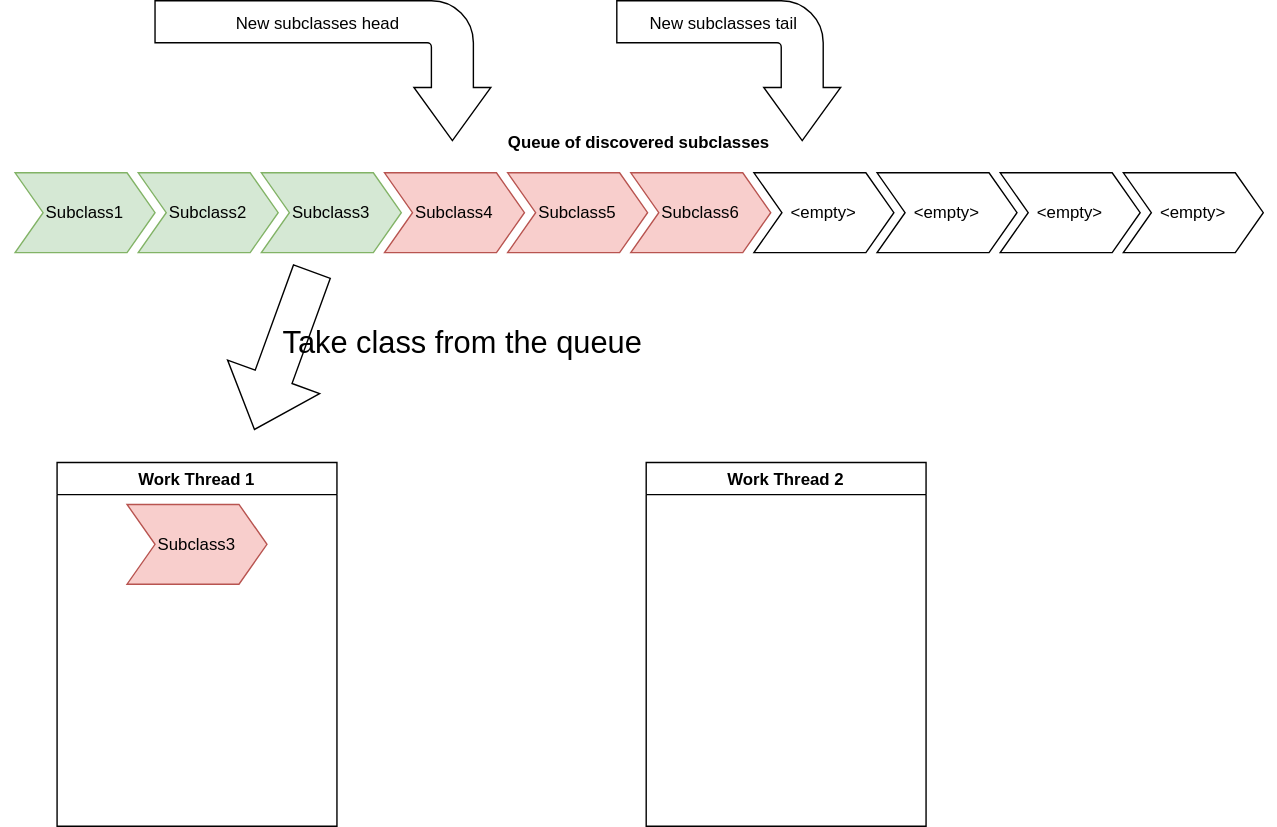
This is assets/anim/concCollectionStep2.drawio.svg from cdracm/cdracm.github.io, a draw.io export, as it was before one commit. Source tidied: cells renumbered, new cells last; positions are measured from the earlier drawing's top-left corner, leaving out a move shared by most shapes.
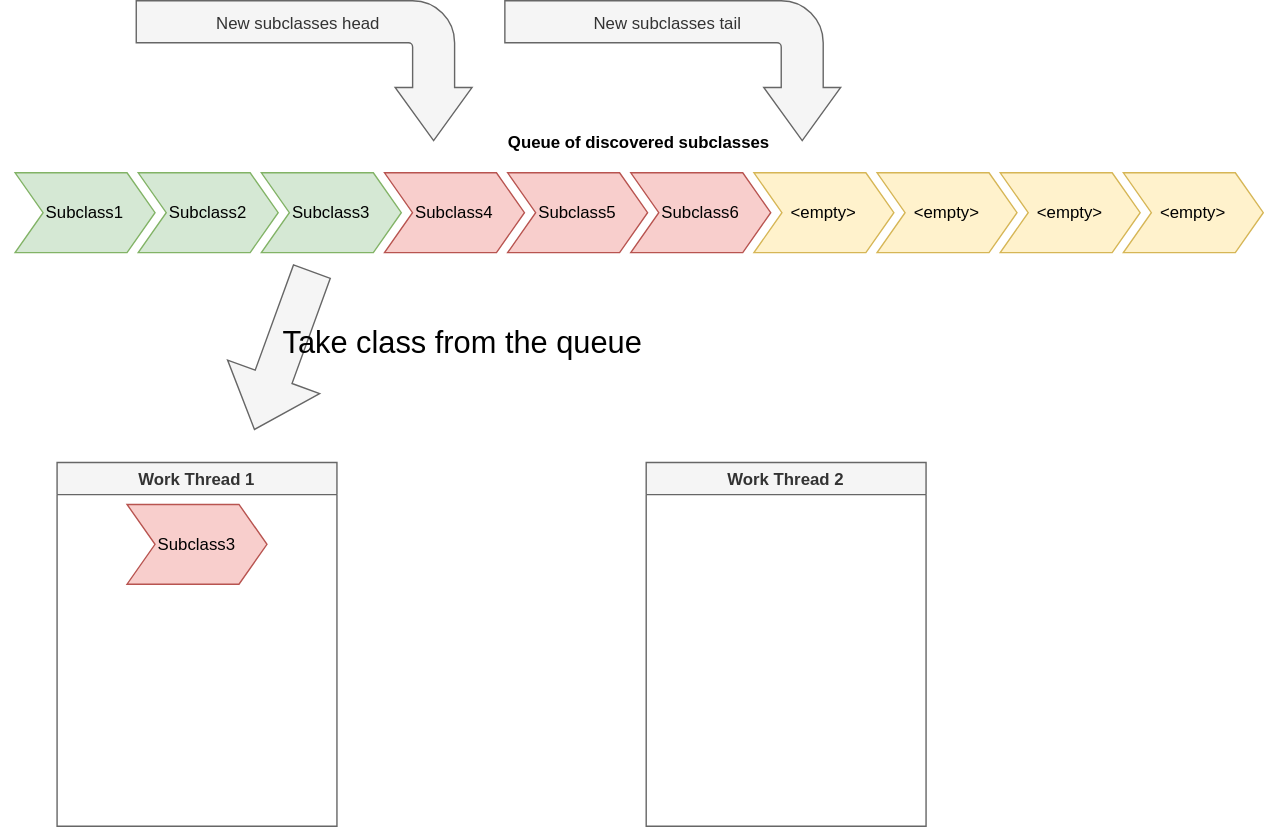
Above is the later version.

The edit, as a diff of the source:
```diff
@@ -2,57 +2,57 @@
   <root>
     <mxCell id="0" />
     <mxCell id="1" parent="0" />
-    <mxCell id="2" value="Queue of discovered subclasses" style="swimlane;horizontal=1;fillColor=none;strokeColor=none;stackBorder=10;align=center;whiteSpace=wrap;html=1;" parent="1" vertex="1">
+    <mxCell id="2" value="Queue of discovered subclasses" style="swimlane;horizontal=1;fillColor=none;strokeColor=none;stackBorder=10;align=center;whiteSpace=wrap;html=1;labelBackgroundColor=default;spacingBottom=0;labelPosition=center;verticalLabelPosition=middle;verticalAlign=middle;" parent="1" vertex="1">
       <mxGeometry y="160" width="912" height="100" as="geometry" />
     </mxCell>
-    <mxCell id="3" value="Subclass1" style="shape=step;perimeter=stepPerimeter;fixedSize=1;whiteSpace=wrap;html=1;fillColor=#d5e8d4;strokeColor=#82b366;" parent="2" vertex="1">
+    <mxCell id="3" value="Subclass1" style="shape=step;perimeter=stepPerimeter;fixedSize=1;whiteSpace=wrap;html=1;fillColor=#d5e8d4;strokeColor=#82b366;labelBackgroundColor=none;" parent="2" vertex="1">
       <mxGeometry x="10" y="33" width="100" height="57" as="geometry" />
     </mxCell>
-    <mxCell id="4" value="Subclass2" style="shape=step;perimeter=stepPerimeter;fixedSize=1;whiteSpace=wrap;html=1;fillColor=#d5e8d4;strokeColor=#82b366;" parent="2" vertex="1">
+    <mxCell id="4" value="Subclass2" style="shape=step;perimeter=stepPerimeter;fixedSize=1;whiteSpace=wrap;html=1;fillColor=#d5e8d4;strokeColor=#82b366;labelBackgroundColor=none;" parent="2" vertex="1">
       <mxGeometry x="98" y="33" width="100" height="57" as="geometry" />
     </mxCell>
-    <mxCell id="5" value="Subclass3" style="shape=step;perimeter=stepPerimeter;fixedSize=1;whiteSpace=wrap;html=1;fillColor=#d5e8d4;strokeColor=#82b366;" parent="2" vertex="1">
+    <mxCell id="5" value="Subclass3" style="shape=step;perimeter=stepPerimeter;fixedSize=1;whiteSpace=wrap;html=1;fillColor=#d5e8d4;strokeColor=#82b366;labelBackgroundColor=none;" parent="2" vertex="1">
       <mxGeometry x="186" y="33" width="100" height="57" as="geometry" />
     </mxCell>
-    <mxCell id="6" value="Subclass4" style="shape=step;perimeter=stepPerimeter;fixedSize=1;whiteSpace=wrap;html=1;fillColor=#f8cecc;strokeColor=#b85450;" parent="2" vertex="1">
+    <mxCell id="6" value="Subclass4" style="shape=step;perimeter=stepPerimeter;fixedSize=1;whiteSpace=wrap;html=1;fillColor=#f8cecc;strokeColor=#b85450;labelBackgroundColor=none;" parent="2" vertex="1">
       <mxGeometry x="274" y="33" width="100" height="57" as="geometry" />
     </mxCell>
-    <mxCell id="7" value="Subclass5" style="shape=step;perimeter=stepPerimeter;fixedSize=1;whiteSpace=wrap;html=1;fillColor=#f8cecc;strokeColor=#b85450;" parent="2" vertex="1">
+    <mxCell id="7" value="Subclass5" style="shape=step;perimeter=stepPerimeter;fixedSize=1;whiteSpace=wrap;html=1;fillColor=#f8cecc;strokeColor=#b85450;labelBackgroundColor=none;" parent="2" vertex="1">
       <mxGeometry x="362" y="33" width="100" height="57" as="geometry" />
     </mxCell>
-    <mxCell id="8" value="Subclass6" style="shape=step;perimeter=stepPerimeter;fixedSize=1;whiteSpace=wrap;html=1;fillColor=#f8cecc;strokeColor=#b85450;" parent="2" vertex="1">
+    <mxCell id="8" value="Subclass6" style="shape=step;perimeter=stepPerimeter;fixedSize=1;whiteSpace=wrap;html=1;fillColor=#f8cecc;strokeColor=#b85450;labelBackgroundColor=none;" parent="2" vertex="1">
       <mxGeometry x="450" y="33" width="100" height="57" as="geometry" />
     </mxCell>
-    <mxCell id="9" value="&amp;lt;empty&amp;gt;" style="shape=step;perimeter=stepPerimeter;fixedSize=1;whiteSpace=wrap;html=1;" parent="2" vertex="1">
-      <mxGeometry x="538" y="33" width="100" height="57" as="geometry" />
-    </mxCell>
-    <mxCell id="10" value="&amp;lt;empty&amp;gt;" style="shape=step;perimeter=stepPerimeter;fixedSize=1;whiteSpace=wrap;html=1;" parent="2" vertex="1">
-      <mxGeometry x="626" y="33" width="100" height="57" as="geometry" />
-    </mxCell>
-    <mxCell id="11" value="&amp;lt;empty&amp;gt;" style="shape=step;perimeter=stepPerimeter;fixedSize=1;whiteSpace=wrap;html=1;" parent="2" vertex="1">
-      <mxGeometry x="714" y="33" width="100" height="57" as="geometry" />
-    </mxCell>
-    <mxCell id="12" value="&amp;lt;empty&amp;gt;" style="shape=step;perimeter=stepPerimeter;fixedSize=1;whiteSpace=wrap;html=1;" parent="2" vertex="1">
-      <mxGeometry x="802" y="33" width="100" height="57" as="geometry" />
-    </mxCell>
+    <mxCell id="20" value="&amp;lt;empty&amp;gt;" style="shape=step;perimeter=stepPerimeter;fixedSize=1;whiteSpace=wrap;html=1;labelBackgroundColor=none;convertToSvg=0;fillColor=#fff2cc;strokeColor=#d6b656;" parent="2" vertex="1">
+      <mxGeometry x="538" y="33" width="100" height="57" as="geometry" />
+    </mxCell>
+    <mxCell id="21" value="&amp;lt;empty&amp;gt;" style="shape=step;perimeter=stepPerimeter;fixedSize=1;whiteSpace=wrap;html=1;labelBackgroundColor=none;fillColor=#fff2cc;strokeColor=#d6b656;" parent="2" vertex="1">
+      <mxGeometry x="626" y="33" width="100" height="57" as="geometry" />
+    </mxCell>
+    <mxCell id="22" value="&amp;lt;empty&amp;gt;" style="shape=step;perimeter=stepPerimeter;fixedSize=1;whiteSpace=wrap;html=1;labelBackgroundColor=none;fillColor=#fff2cc;strokeColor=#d6b656;" parent="2" vertex="1">
+      <mxGeometry x="714" y="33" width="100" height="57" as="geometry" />
+    </mxCell>
+    <mxCell id="23" value="&amp;lt;empty&amp;gt;" style="shape=step;perimeter=stepPerimeter;fixedSize=1;whiteSpace=wrap;html=1;labelBackgroundColor=none;fillColor=#fff2cc;strokeColor=#d6b656;" parent="2" vertex="1">
+      <mxGeometry x="802" y="33" width="100" height="57" as="geometry" />
+    </mxCell>
-    <mxCell id="13" value="New subclasses head" style="html=1;shadow=0;dashed=0;align=center;verticalAlign=middle;shape=mxgraph.arrows2.bendArrow;dy=15;dx=38;notch=0;arrowHead=55;rounded=1;rotation=90;horizontal=0;spacingRight=9;spacingBottom=66;" parent="1" vertex="1">
-      <mxGeometry x="180" width="100" height="240" as="geometry" />
+    <mxCell id="13" value="&lt;span&gt;New subclasses head&lt;/span&gt;" style="html=1;shadow=0;dashed=0;align=center;verticalAlign=middle;shape=mxgraph.arrows2.bendArrow;dy=15;dx=38;notch=0;arrowHead=55;rounded=1;rotation=90;horizontal=0;spacingRight=9;spacingBottom=66;labelBackgroundColor=none;fillStyle=solid;fillColor=#f5f5f5;fontColor=#333333;strokeColor=#666666;" parent="1" vertex="1">
+      <mxGeometry x="166.6" width="100" height="240" as="geometry" />
     </mxCell>
-    <mxCell id="14" value="New subclasses tail" style="html=1;shadow=0;dashed=0;align=center;verticalAlign=middle;shape=mxgraph.arrows2.bendArrow;dy=15;dx=38;notch=0;arrowHead=55;rounded=1;rotation=90;horizontal=0;spacingRight=9;spacingBottom=66;flipH=0;flipV=0;" parent="1" vertex="1">
-      <mxGeometry x="470" y="40" width="100" height="160" as="geometry" />
+    <mxCell id="14" value="&lt;span&gt;New subclasses tail&lt;/span&gt;" style="html=1;shadow=0;dashed=0;align=center;verticalAlign=middle;shape=mxgraph.arrows2.bendArrow;dy=15;dx=38;notch=0;arrowHead=55;rounded=1;rotation=90;horizontal=0;spacingRight=9;spacingBottom=66;flipH=0;flipV=0;labelBackgroundColor=none;fillColor=#f5f5f5;fontColor=#333333;strokeColor=#666666;fillStyle=solid;" parent="1" vertex="1">
+      <mxGeometry x="430" width="100" height="240" as="geometry" />
     </mxCell>
-    <mxCell id="15" value="Work Thread 1" style="swimlane;" parent="1" vertex="1">
+    <mxCell id="15" value="Work Thread 1" style="swimlane;labelBackgroundColor=none;swimlaneFillColor=none;fillColor=#f5f5f5;fontColor=#333333;strokeColor=#666666;" parent="1" vertex="1">
       <mxGeometry x="40" y="400" width="200" height="260" as="geometry" />
     </mxCell>
+    <mxCell id="18" value="Work Thread 2" style="swimlane;labelBackgroundColor=none;fillColor=#f5f5f5;fontColor=#333333;strokeColor=#666666;" parent="1" vertex="1">
+      <mxGeometry x="461" y="400" width="200" height="260" as="geometry" />
+    </mxCell>
-    <mxCell id="16" value="Subclass3" style="shape=step;perimeter=stepPerimeter;fixedSize=1;whiteSpace=wrap;html=1;fillColor=#f8cecc;strokeColor=#b85450;" parent="15" vertex="1">
-      <mxGeometry x="50" y="30" width="100" height="57" as="geometry" />
+    <mxCell id="16" value="Subclass3" style="shape=step;perimeter=stepPerimeter;fixedSize=1;whiteSpace=wrap;html=1;fillColor=#f8cecc;strokeColor=#b85450;" parent="1" vertex="1">
+      <mxGeometry x="90" y="430" width="100" height="57" as="geometry" />
     </mxCell>
-    <mxCell id="17" style="html=1;shadow=0;dashed=0;align=center;verticalAlign=middle;shape=mxgraph.arrows2.arrow;dy=0.6;dx=40;direction=south;notch=0;rotation=20;" parent="1" vertex="1">
-      <mxGeometry x="166.6" y="260" width="70" height="120" as="geometry" />
-    </mxCell>
-    <mxCell id="18" value="Work Thread 2" style="swimlane;" parent="1" vertex="1">
-      <mxGeometry x="461" y="400" width="200" height="260" as="geometry" />
-    </mxCell>
+    <mxCell id="24" style="html=1;shadow=0;dashed=0;align=center;verticalAlign=middle;shape=mxgraph.arrows2.arrow;dy=0.6;dx=40;direction=south;notch=0;rotation=20;labelBackgroundColor=default;fillStyle=solid;fillColor=#f5f5f5;fontColor=#333333;strokeColor=#666666;" parent="1" vertex="1">
+      <mxGeometry x="166.6" y="260" width="70" height="120" as="geometry" />
+    </mxCell>
     <mxCell id="19" value="Take class from the queue" style="text;html=1;whiteSpace=wrap;strokeColor=none;fillColor=none;align=center;verticalAlign=middle;rounded=0;fontSize=22;" parent="1" vertex="1">
       <mxGeometry x="180" y="300" width="300" height="30" as="geometry" />
     </mxCell>
```
